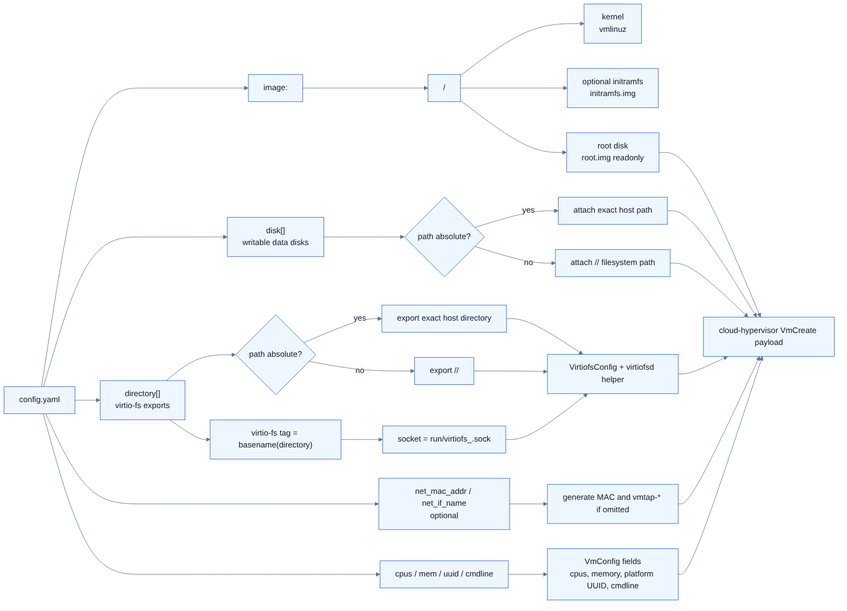
spi-ca/cvmm keeps this Mermaid diagram as docs/diagrams/manifest-runtime-mapping.png. Above is the earlier version. Its source is kept beside it as docs/diagrams/manifest-runtime-mapping.mmd.
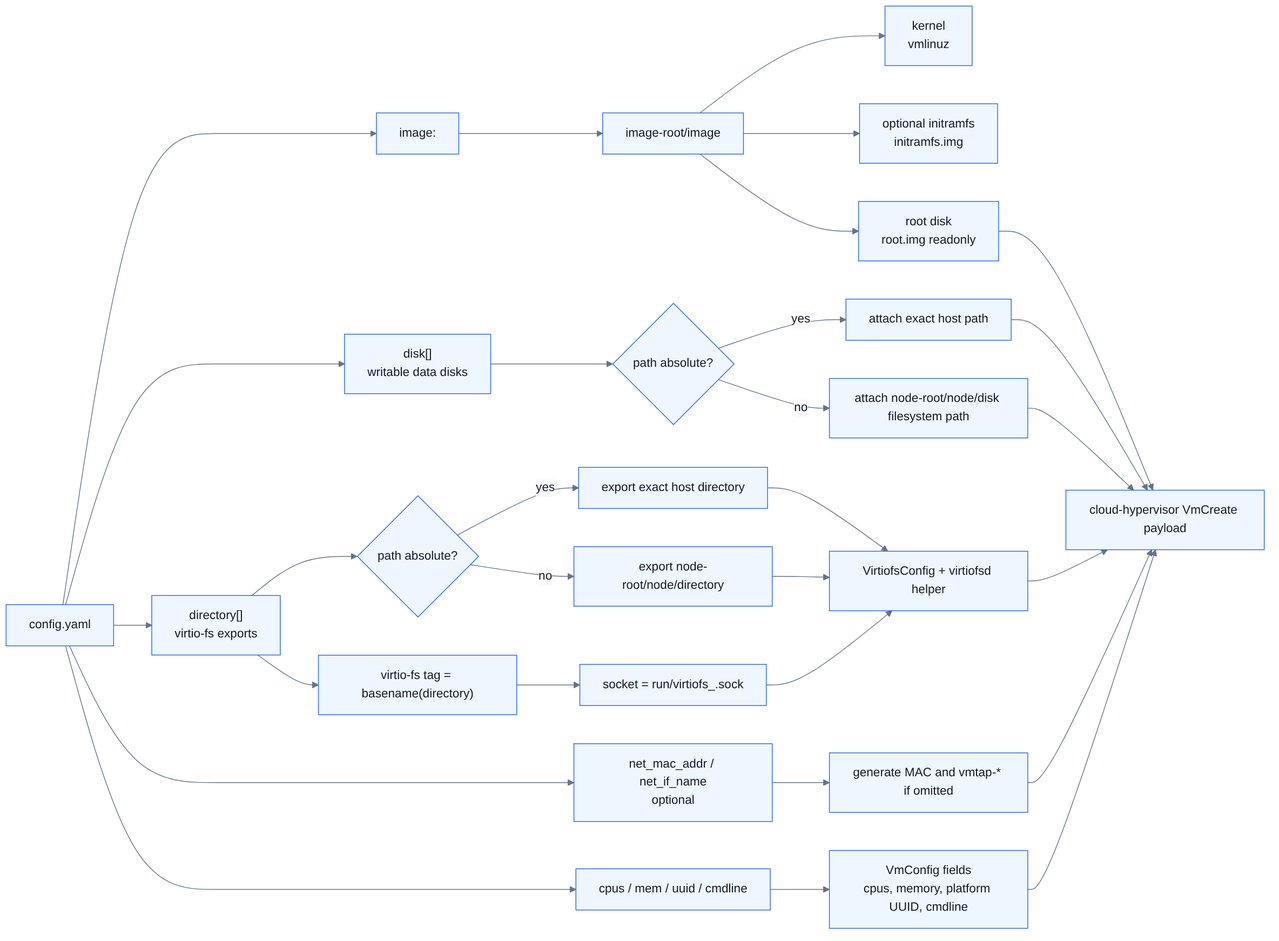
After the commit.

What changed in the source:
```diff
@@ -5,18 +5,18 @@
     manifest --> net["net_mac_addr / net_if_name\noptional"]
     manifest --> cpuMem["cpus / mem / uuid / cmdline"]
 
-    image --> imageBase["<image-root>/<image>"]
+    image --> imageBase["image-root/image"]
     imageBase --> kernel["kernel\nvmlinuz"]
     imageBase --> initrd["optional initramfs\ninitramfs.img"]
     imageBase --> root["root disk\nroot.img readonly"]
 
     disk --> diskRule{"path absolute?"}
     diskRule -- yes --> diskAbs["attach exact host path"]
-    diskRule -- no --> diskNode["attach <node-root>/<node>/<disk> filesystem path"]
+    diskRule -- no --> diskNode["attach node-root/node/disk filesystem path"]
 
     directory --> dirRule{"path absolute?"}
     dirRule -- yes --> dirAbs["export exact host directory"]
-    dirRule -- no --> dirNode["export <node-root>/<node>/<directory>"]
+    dirRule -- no --> dirNode["export node-root/node/directory"]
     directory --> tag["virtio-fs tag = basename(directory)"]
     tag --> socket["socket = run/virtiofs_<tag>.sock"]
 
```
